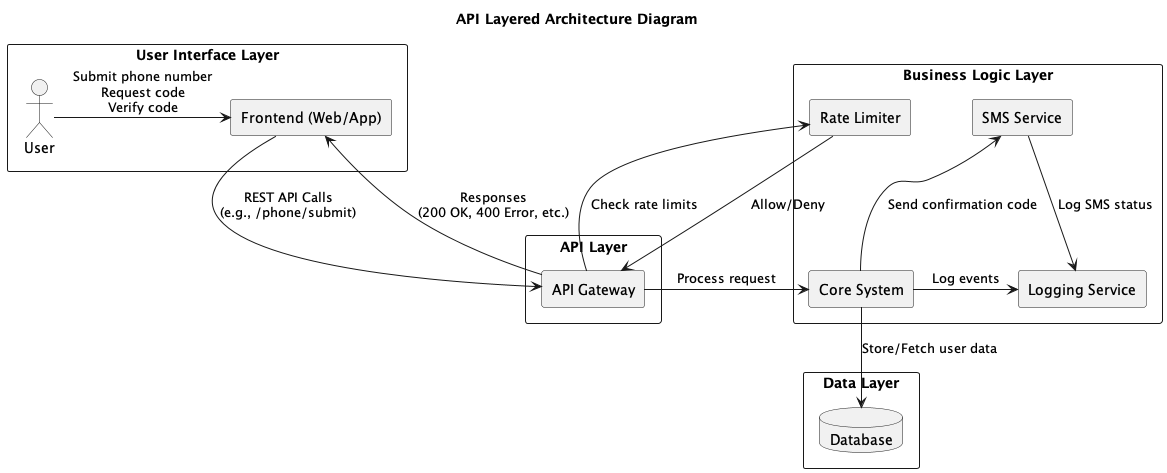
This is docs/out/layers/layers.png from jayd719/PhoneNumberVerification, a PlantUML export, as it was before one commit.
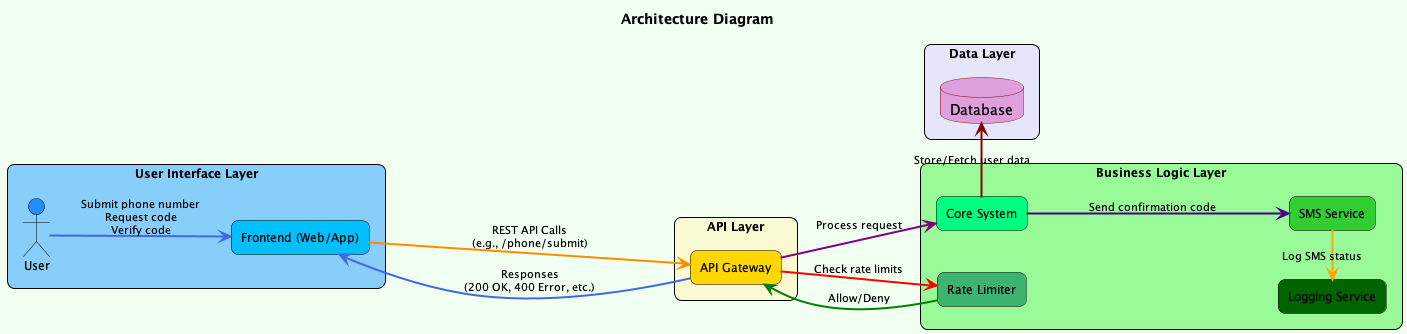
After the commit.

The edit, as a diff of the source:
```diff
@@ -1,37 +1,60 @@
 @startuml layers
-title API Layered Architecture Diagram
-
-rectangle "User Interface Layer" {
-    actor "User" as User
-    rectangle "Frontend (Web/App)" as Frontend
+title Architecture Diagram
+left to right direction
+skinparam backgroundColor Honeydew
+skinparam rectangle {
+    FontColor Black
+    FontSize 12
+    BorderColor Black
+    RoundCorner 15
+}
+skinparam actor {
+    FontColor Black
+    FontSize 12
+    BackgroundColor LightSteelBlue
+    BorderColor Black
+}
+skinparam database {
+    BackgroundColor LightPink
+    BorderColor DarkRed
 }
 
-rectangle "API Layer" {
-    rectangle "API Gateway" as APIGateway
+rectangle "User Interface Layer" #LightSkyBlue {
+    actor "User" as User #DodgerBlue
+    rectangle "Frontend (Web/App)" as Frontend #DeepSkyBlue
 }
 
-rectangle "Business Logic Layer" {
-    rectangle "Rate Limiter" as RateLimiter
-    rectangle "Core System" as System
-    rectangle "SMS Service" as SMSService
-    rectangle "Logging Service" as LoggingService
+rectangle "API Layer" #LightGoldenrodYellow {
+    rectangle "API Gateway" as APIGateway #Gold
 }
 
-rectangle "Data Layer" {
-    database "Database" as Database
+rectangle "Business Logic Layer" #PaleGreen {
+    rectangle "Rate Limiter" as RateLimiter #MediumSeaGreen
+    rectangle "Core System" as System #SpringGreen
+    rectangle "SMS Service" as SMSService #LimeGreen
+    rectangle "Logging Service" as LoggingService #DarkGreen
 }
 
-User -> Frontend: Submit phone number\nRequest code\nVerify code
-Frontend -> APIGateway: REST API Calls\n(e.g., /phone/submit)
-APIGateway -d-> RateLimiter: Check rate limits
-RateLimiter --> APIGateway: Allow/Deny
+rectangle "Data Layer" #Lavender {
+    database "Database" as Database #Plum
+}
 
-APIGateway -> System: Process request
-System -d-> Database: Store/Fetch user data
-System -u-> SMSService: Send confirmation code
-System -> LoggingService: Log events
-SMSService -> LoggingService: Log SMS status
+skinparam Arrow {
+    Color Black
+    Thickness 2
+    FontSize 11
+}
 
-Frontend <-- APIGateway: Responses\n(200 OK, 400 Error, etc.)
+User -[#RoyalBlue]d-> Frontend: Submit phone number\nRequest code\nVerify code
+Frontend -[#DarkOrange]-> APIGateway: REST API Calls\n(e.g., /phone/submit)
+APIGateway --[#Red]d-> RateLimiter: Check rate limits
+RateLimiter -[#Green]-> APIGateway: Allow/Deny
+
+APIGateway -[#Purple]-> System: Process request
+System --[#DarkRed]r-> Database: Store/Fetch user data
+System --[#Indigo]-> SMSService: Send confirmation code
+SMSService -[#Orange]l-> LoggingService: Log SMS status
+
+Frontend <--[#RoyalBlue]-- APIGateway: Responses\n(200 OK, 400 Error, etc.)
 
 @enduml
```
